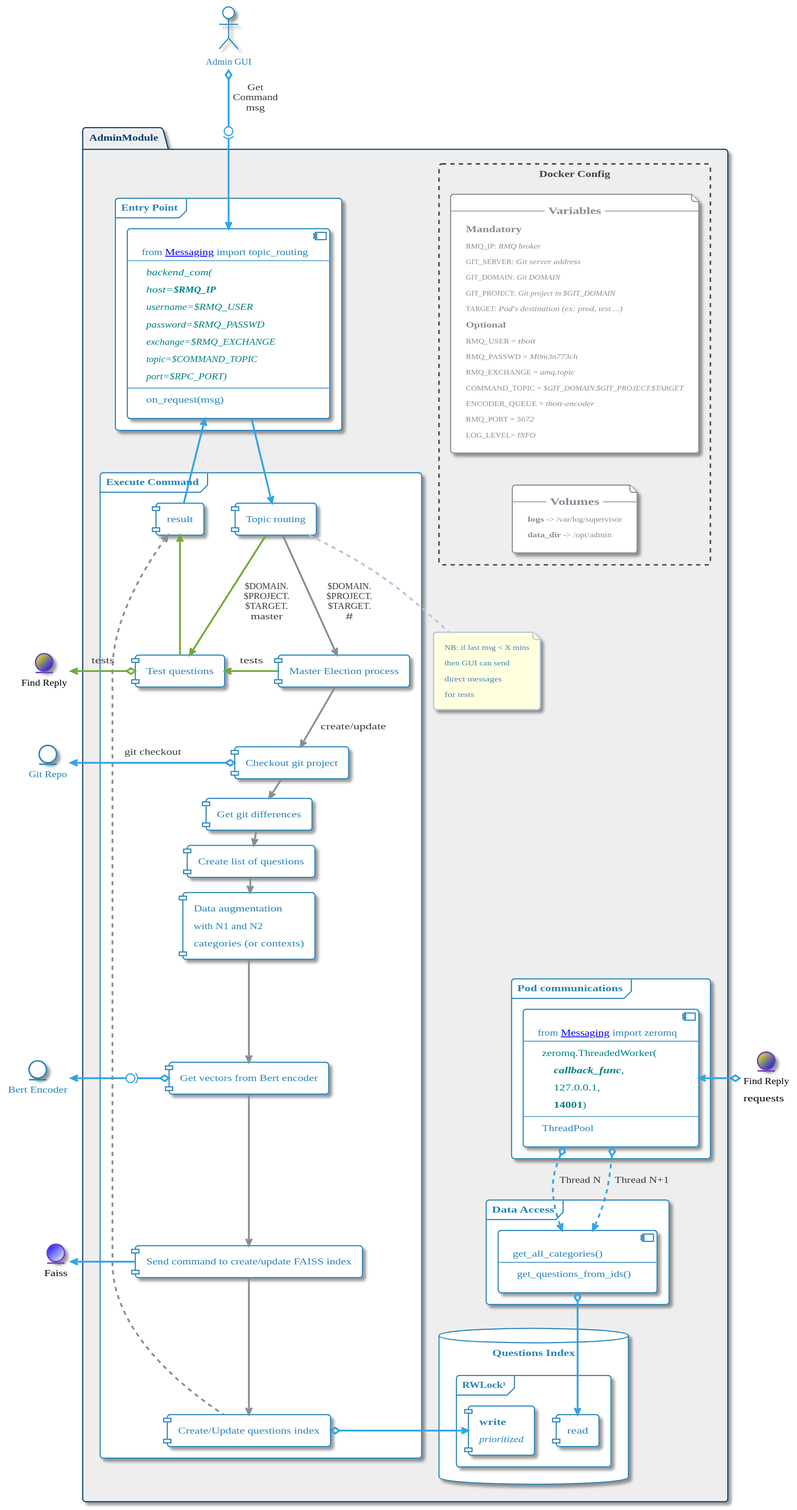
This is images/plantuml/Admin/admin/Admin_Full.svg from momenttech/maestro-architecture, a PlantUML export, as it was before one commit. Source of this version:
```plantuml
@startuml Admin_Full




skinparam backgroundColor White








skinparam defaultFontName       "Verdana"
skinparam defaultFontSize       12
skinparam dpi                   100
skinparam shadowing             True
skinparam roundcorner           8
skinparam ParticipantPadding    40
skinparam BoxPadding            40
skinparam Padding               5
skinparam ArrowColor            #868E96
skinparam stereotype {
    CBackgroundColor #EDF0F2
    CBorderColor #BABDBF
    ABackgroundColor #8FB961
    ABorderColor $SUCCESS_DARK
    IBackgroundColor #D2494E
    IBorderColor $DANGER_DARK
    EBackgroundColor #E47833
    EBorderColor $WARNING_DARK
    NBackgroundColor #35638F
    NBorderColor $INFO_DARK
}
skinparam title {
	FontColor	                 #2FA4E7
	BorderColor	                 #BABDBF
	FontSize	    	         20
	BorderRoundCorner            8
	BorderThickness 	         1
	BackgroundColor              White
}

skinparam legend {
	BackgroundColor White
	BorderColor #BABDBF
	FontColor #343A40
}


skinparam activity {
		FontColor #2683B9
	BorderColor #2683B9
	BackgroundColor White
	BarColor #73A839
	StartColor #033C73
	EndColor #033C73
	DiamondBackgroundColor White
  	DiamondBorderColor #BABDBF
	DiamondFontColor #BABDBF
}


skinparam participant {
		FontColor #2683B9
	BorderColor #2683B9
	BackgroundColor White
	ParticipantBorderThickness 2
}


skinparam actor {
		FontColor #2683B9
	BorderColor #2683B9
	BackgroundColor White
}


skinparam arrow {
	Thickness 2.5
	Color #2FA4E7
	FontColor #343A40
}


skinparam sequence {
	BorderColor #2FA4E7
	TitleFontColor #2FA4E7
	BackgroundColor White
	StartColor #2FA4E7
	EndColor #2FA4E7
	BoxBackgroundColor White
	BoxBorderColor #868E96
	BoxFontColor #343A40
	LifeLineBorderColor #BABDBF
	LifeLineBorderThickness 2
	LifeLineBackgroundColor White
	GroupBorderColor #868E96
	GroupFontColor #343A40
	GroupHeaderFontColor #033C73
	DividerBackgroundColor White
    DividerBorderColor #868E96
    DividerBorderThickness 2
    DividerFontColor #343A40
	ReferenceBackgroundColor White
	ReferenceBorderColor #868E96
	ReferenceFontColor #343A40
	ReferenceHeaderFontColor #033C73
}


skinparam partition {
	BorderColor #2FA4E7
	FontColor #2FA4E7
	BackgroundColor White
}


skinparam collections {
		FontColor #2683B9
	BorderColor #2683B9
	BackgroundColor White
}


skinparam control {
		FontColor #2683B9
	BorderColor #2683B9
	BackgroundColor White
}


skinparam entity {
		FontColor #2683B9
	BorderColor #2683B9
	BackgroundColor White
}


skinparam boundary {
		FontColor #2683B9
	BorderColor #2683B9
	BackgroundColor White
}


skinparam agent {
	BackgroundColor White
	BorderColor #999999
	FontColor #333333
}


skinparam note {
	BorderThickness 1
	BackgroundColor White
	BorderColor #033C73
	FontColor #033C73
}


skinparam artifact {
	BackgroundColor White
	BorderColor #868E96
	FontColor #868E96
}


skinparam component {
		FontColor #2683B9
	BorderColor #2683B9
	BackgroundColor White

}


skinparam interface {
	BackgroundColor  White
	BorderColor  #C71C22
	FontColor #343A40
}


skinparam storage {
	BackgroundColor White
  	BorderColor #DD5600
	FontColor #DD5600
}


skinparam node {
	BackgroundColor White
	BorderColor #343A40
	FontColor #343A40
}


skinparam cloud {
	BackgroundColor #F2FCFE-#eeeeee
	BorderColor #F2FCFE
	FontColor #343A40
}


skinparam database {
		FontColor #2683B9
	BorderColor #2683B9
	BackgroundColor White
}


skinparam class {
		FontColor #2683B9
	BorderColor #2683B9
	BackgroundColor White
	HeaderBackgroundColor #2FA4E7-#2683B9
	StereotypeFontColor #343A40
	BorderThickness 1
	AttributeFontColor #343A40
	AttributeFontSize 11
}


skinparam object {
		FontColor #2683B9
	BorderColor #2683B9
	BackgroundColor White
	StereotypeFontColor #343A40
	BorderThickness 1
	AttributeFontColor #BABDBF
	AttributeFontSize 11
}


skinparam usecase {
		FontColor #2683B9
	BorderColor #2683B9
	BackgroundColor White
	BorderThickness 2
	StereotypeFontColor #2FA4E7
}


skinparam rectangle {
		FontColor #2683B9
	BorderColor #2683B9
	BackgroundColor White
	BorderThickness 2
	StereotypeFontColor #2FA4E7
}


skinparam package {
	BackgroundColor #F2FCFE-#eeeeee
  	BorderColor #033C73
	FontColor #033C73
	BorderThickness 2
}


skinparam folder {
	BackgroundColor White
  	BorderColor #DD5600
	FontColor #DD5600
	BorderThickness 2
}


skinparam frame {
		FontColor #2683B9
	BorderColor #2683B9
	BackgroundColor White
	BorderThickness 2
	StereotypeFontColor #2FA4E7
}



skinparam state {
		FontColor #2683B9
	BorderColor #2683B9
	BackgroundColor White
	StartColor #033C73
	EndColor #033C73
	AttributeFontColor #BABDBF
	AttributeFontSize 11
}


skinparam queue {
		FontColor #2683B9
	BorderColor #2683B9
	BackgroundColor White
}


skinparam card {
	BackgroundColor White
	BorderColor #033C73
	FontColor #033C73
}


skinparam file {
	BackgroundColor White
	BorderColor #868E96
	FontColor #868E96
}


skinparam stack {
		FontColor #2683B9
	BorderColor #2683B9
	BackgroundColor White
}



hide stereotype

skinparam backgroundColor transparent
!pragma horizontalLineBetweenDifferentPackageAllowed

skinparam file<<NOTE>> {
	BorderThickness 0.5
    BackgroundColor LightYellow
	BorderColor LightSteelBlue
	FontColor SteelBlue
    FontSize 10
    ArrowColor LightSteelBlue
}
skinparam arrow<<NOTE>> {
    Color LightSteelBlue
}





skinparam node<<MULTITHREADED>>{
    FontColor #E47833
	BorderColor #E47833
	BackgroundColor White
	BorderThickness 2
	StereotypeFontColor #2FA4E7
}


skinparam package<<CONTAINER>>{
    	BackgroundColor #eeeeee
  	BorderColor #033C73
	FontColor #033C73
	BorderThickness 2
}
skinparam frame<<CONTAINER>>{
    	BackgroundColor #eeeeee
  	BorderColor #033C73
	FontColor #033C73
	BorderThickness 2
}


skinparam rectangle<<boundary>> {
    BackgroundColor #eeeeee
    Shadowing false
    StereotypeFontSize 0
    FontColor #444444
    BorderColor #444444
    BorderStyle dashed
    BoxPadding 0
}

skinparam file<<docker_params>> {
    Shadowing True
    FontSize 10
}












skinparam nodesep 30
skinparam ranksep 20

skinparam Entity<<FINDREP>>{
    FontColor black
	BorderColor #6F42C1
	BackgroundColor #Yellow/Blue
}
skinparam Entity<<FAISS>>{
    FontColor black
	BorderColor #6F42C1
	BackgroundColor #Blue/White
}
skinparam arrow<<TEST>> {
	Thickness 1
	Color #73A839
	FontColor #343A40
}
skinparam arrow<<INTRA>> {
	Color #868E96
}






scale 1.2

actor "Admin GUI" as AdminRMQ_IN
Entity "Find Reply\nrequests" <<FINDREP>> as AdminPodComInterface
Entity "Git Repo" as GitRepo
Entity "Find Reply" <<FINDREP>> as FindReply
Entity "Bert Encoder" as AdminEncoder
Entity Faiss <<FAISS>>

    package AdminModule as AdminModule <<CONTAINER>> {
            rectangle "Docker Config" <<boundary>> as AdminModule_cfg {


        file "-- =Variables --\n==Mandatory\nRMQ_IP: <i>RMQ broker</i>\n                                GIT_SERVER: <i>Git server address</i>\n                                GIT_DOMAIN: <i>Git DOMAIN</i>\n                                GIT_PROJECT: <i>Git project in $GIT_DOMAIN</i>\n                                TARGET: <i>Pod's destination (ex: prod, test ...)</i>\n===Optional\nRMQ_USER = <i>tbott</i>\n                                RMQ_PASSWD = <i>M0m3n773ch</i>\n                                RMQ_EXCHANGE = <i>amq.topic</i>\n                                COMMAND_TOPIC = <i>$GIT_DOMAIN.$GIT_PROJECT.$TARGET</i>\n                                ENCODER_QUEUE = <i>tbott-encoder</i>\n                                RMQ_PORT = <i>5672</i>\n                                LOG_LEVEL= <i>INFO</i>" <<docker_params>> as AdminModule_vars


        file "-- =Volumes --\n<b>logs</b> -> /var/log/supervisor\n                            <b>data_dir</b> -> /opt/admin" <<docker_params>> as AdminModule_vols

                AdminModule_vols -[hidden]U- AdminModule_vars
        }
            frame "Pod communications" as AdminPodCom {
            component ADM_MSG [
                from [[http://10.165.64.205/AI/Messaging Messaging]] import zeromq
                ----
                <color:teal>zeromq.ThreadedWorker(</color>
                <color:teal>    <i><b>callback_func</b></i>,</color>
                <color:teal>    127.0.0.1,</color>
                <color:teal>    <b>14001</b>)</color>
                ---
                ThreadPool
                ]
        }
        AdminPodComInterface o-l-> ADM_MSG<<request>>
        frame "Data Access" as AdminDataAccess {
            component AdminGetData [
                get_all_categories()
                ----
                get_questions_from_ids()
                ]
        }
        ADM_MSG o..> AdminGetData: Thread N
        ADM_MSG o..> AdminGetData: Thread N+1
       frame "Entry Point" as AdminEntryPoint {
            component ADMIN_MSG_C [
                from [[http://10.165.64.205/AI/Messaging Messaging]] import topic_routing
                ----
                <i><color:teal>backend_com(</color></i>
                <i><color:teal>host=<b>$RMQ_IP</b></color></i>
                <i><color:teal>username=$RMQ_USER</color></i>
                <i><color:teal>password=$RMQ_PASSWD</color></i>
                <i><color:teal>exchange=$RMQ_EXCHANGE</color></i>
                <i><color:teal>topic=$COMMAND_TOPIC</color></i>
                <i><color:teal>port=$RPC_PORT)</color></i>
                ----
                on_request(msg)
                ]
        }
        AdminRMQ_IN o-0)-> ADMIN_MSG_C: Get\nCommand\nmsg


        frame "Execute Command" as AdminExecCommand {
            [Topic routing] as AdminTopicRouting
            [result] as AdminRes
            [Test questions] as AdminMasterCmd
            [Master Election process] as AdminElectMaster
            [Checkout git project] as AdminCheckout
            [Get git differences] as AdminGetDiff
            [Create list of questions] as AdminCreateQuestions
            [Data augmentation\nwith N1 and N2\ncategories (or contexts)] as AdminDataAugment
            [Get vectors from Bert encoder] as AdminEncodeSent
            [Send command to create/update FAISS index] as FaissCmd
            [Create/Update questions index] as AdminCreateIndex
        }
            ADMIN_MSG_C -d-> AdminTopicRouting
            AdminRes -u-> ADMIN_MSG_C


            file "NB: if last msg < X mins\nthen GUI can send\ndirect messages\nfor tests" as AdminTopicRouting_note <<NOTE>>
    AdminTopicRouting .d. AdminTopicRouting_note<<NOTE>>
        AdminTopicRouting --> AdminElectMaster<<INTRA>>: $DOMAIN.\n$PROJECT.\n$TARGET.\n#
        AdminElectMaster -l-> AdminMasterCmd<<TEST>>: tests
        AdminMasterCmd o-l-> FindReply<<TEST>>: tests
        AdminMasterCmd -u-> AdminRes<<TEST>>
        AdminTopicRouting --> AdminMasterCmd<<TEST>>: $DOMAIN.\n$PROJECT.\n$TARGET.\nmaster
        AdminElectMaster --> AdminCheckout<<INTRA>>: create/update
        AdminCheckout o-l-> GitRepo: git checkout
        AdminCheckout --> AdminGetDiff<<INTRA>>
        AdminGetDiff --> AdminCreateQuestions<<INTRA>>
        AdminCreateQuestions --> AdminDataAugment<<INTRA>>
        AdminDataAugment --> AdminEncodeSent<<INTRA>>
        AdminEncodeSent o-l0)-> AdminEncoder
        AdminEncodeSent --> FaissCmd<<INTRA>>
        FaissCmd -l-> Faiss
        FaissCmd --> AdminCreateIndex<<INTRA>>
        AdminCreateIndex ..u-> AdminRes<<INTRA>>


        database "Questions Index" as AdminIndex {
            frame "RWLock¹" as AdminRWLock {
                 component "read" as admin_read
                    component "<b>write</b>\n<i>prioritized</i>" as admin_write
            }
        }
            AdminCreateIndex o-l-> admin_write
            AdminGetData o--> admin_read



}
@enduml
```
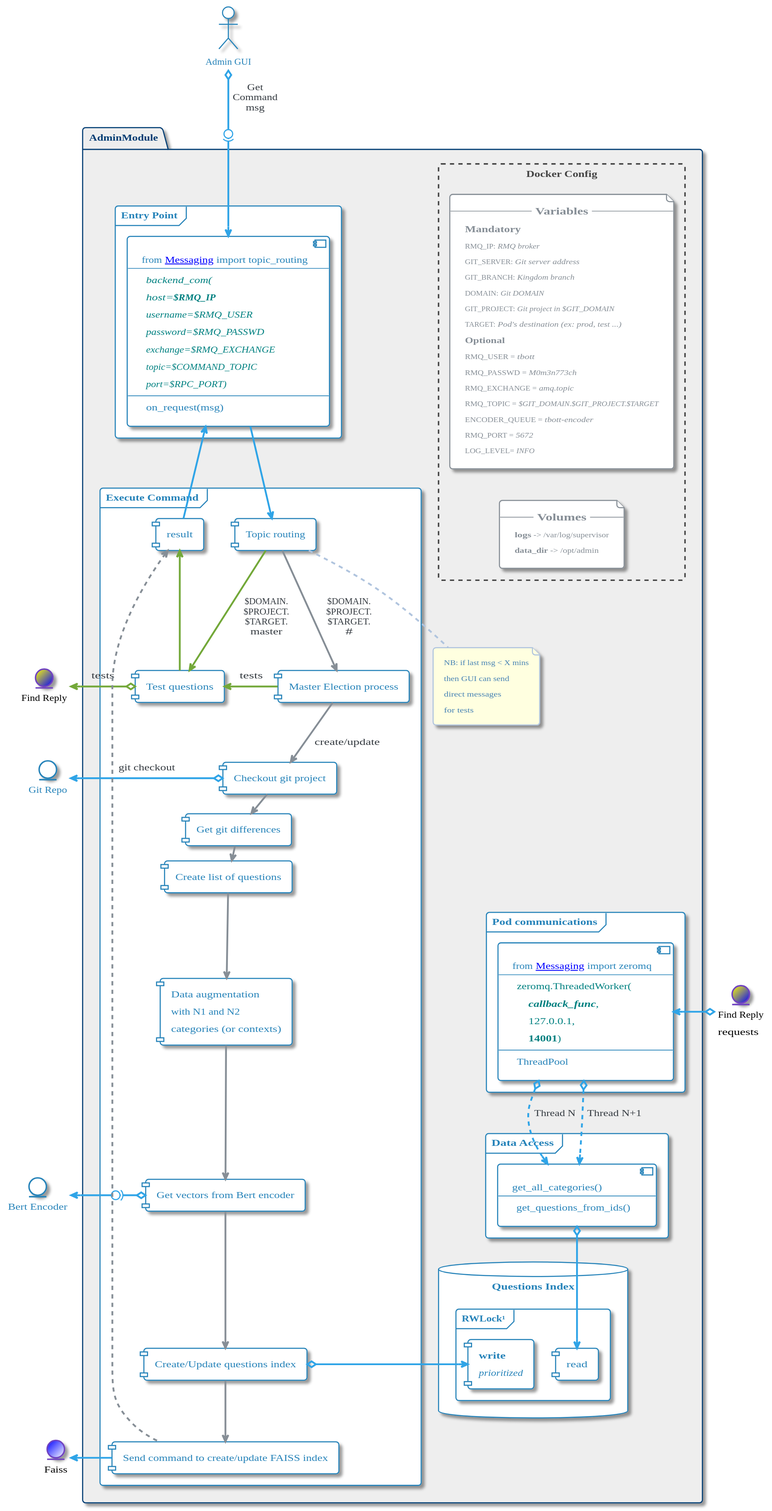
After the change.

What changed in the source:
```diff
@@ -427,7 +427,7 @@
             rectangle "Docker Config" <<boundary>> as AdminModule_cfg {
 
 
-        file "-- =Variables --\n==Mandatory\nRMQ_IP: <i>RMQ broker</i>\n                                GIT_SERVER: <i>Git server address</i>\n                                GIT_DOMAIN: <i>Git DOMAIN</i>\n                                GIT_PROJECT: <i>Git project in $GIT_DOMAIN</i>\n                                TARGET: <i>Pod's destination (ex: prod, test ...)</i>\n===Optional\nRMQ_USER = <i>tbott</i>\n                                RMQ_PASSWD = <i>M0m3n773ch</i>\n                                RMQ_EXCHANGE = <i>amq.topic</i>\n                                COMMAND_TOPIC = <i>$GIT_DOMAIN.$GIT_PROJECT.$TARGET</i>\n                                ENCODER_QUEUE = <i>tbott-encoder</i>\n                                RMQ_PORT = <i>5672</i>\n                                LOG_LEVEL= <i>INFO</i>" <<docker_params>> as AdminModule_vars
+        file "-- =Variables --\n==Mandatory\nRMQ_IP: <i>RMQ broker</i>\n                                GIT_SERVER: <i>Git server address</i>\n                                GIT_BRANCH: <i>Kingdom branch</i>\n                                DOMAIN: <i>Git DOMAIN</i>\n                                GIT_PROJECT: <i>Git project in $GIT_DOMAIN</i>\n                                TARGET: <i>Pod's destination (ex: prod, test ...)</i>\n===Optional\nRMQ_USER = <i>tbott</i>\n                                RMQ_PASSWD = <i>M0m3n773ch</i>\n                                RMQ_EXCHANGE = <i>amq.topic</i>\n                                RMQ_TOPIC = <i>$GIT_DOMAIN.$GIT_PROJECT.$TARGET</i>\n                                ENCODER_QUEUE = <i>tbott-encoder</i>\n                                RMQ_PORT = <i>5672</i>\n                                LOG_LEVEL= <i>INFO</i>" <<docker_params>> as AdminModule_vars
 
 
         file "-- =Volumes --\n<b>logs</b> -> /var/log/supervisor\n                            <b>data_dir</b> -> /opt/admin" <<docker_params>> as AdminModule_vols
@@ -484,8 +484,8 @@
             [Create list of questions] as AdminCreateQuestions
             [Data augmentation\nwith N1 and N2\ncategories (or contexts)] as AdminDataAugment
             [Get vectors from Bert encoder] as AdminEncodeSent
+            [Create/Update questions index] as AdminCreateIndex
             [Send command to create/update FAISS index] as FaissCmd
-            [Create/Update questions index] as AdminCreateIndex
         }
             ADMIN_MSG_C -d-> AdminTopicRouting
             AdminRes -u-> ADMIN_MSG_C
@@ -505,10 +505,10 @@
         AdminCreateQuestions --> AdminDataAugment<<INTRA>>
         AdminDataAugment --> AdminEncodeSent<<INTRA>>
         AdminEncodeSent o-l0)-> AdminEncoder
-        AdminEncodeSent --> FaissCmd<<INTRA>>
+        AdminEncodeSent --> AdminCreateIndex<<INTRA>>
+        AdminCreateIndex --> FaissCmd<<INTRA>>
         FaissCmd -l-> Faiss
-        FaissCmd --> AdminCreateIndex<<INTRA>>
-        AdminCreateIndex ..u-> AdminRes<<INTRA>>
+        FaissCmd ..u-> AdminRes<<INTRA>>
 
 
         database "Questions Index" as AdminIndex {
```
